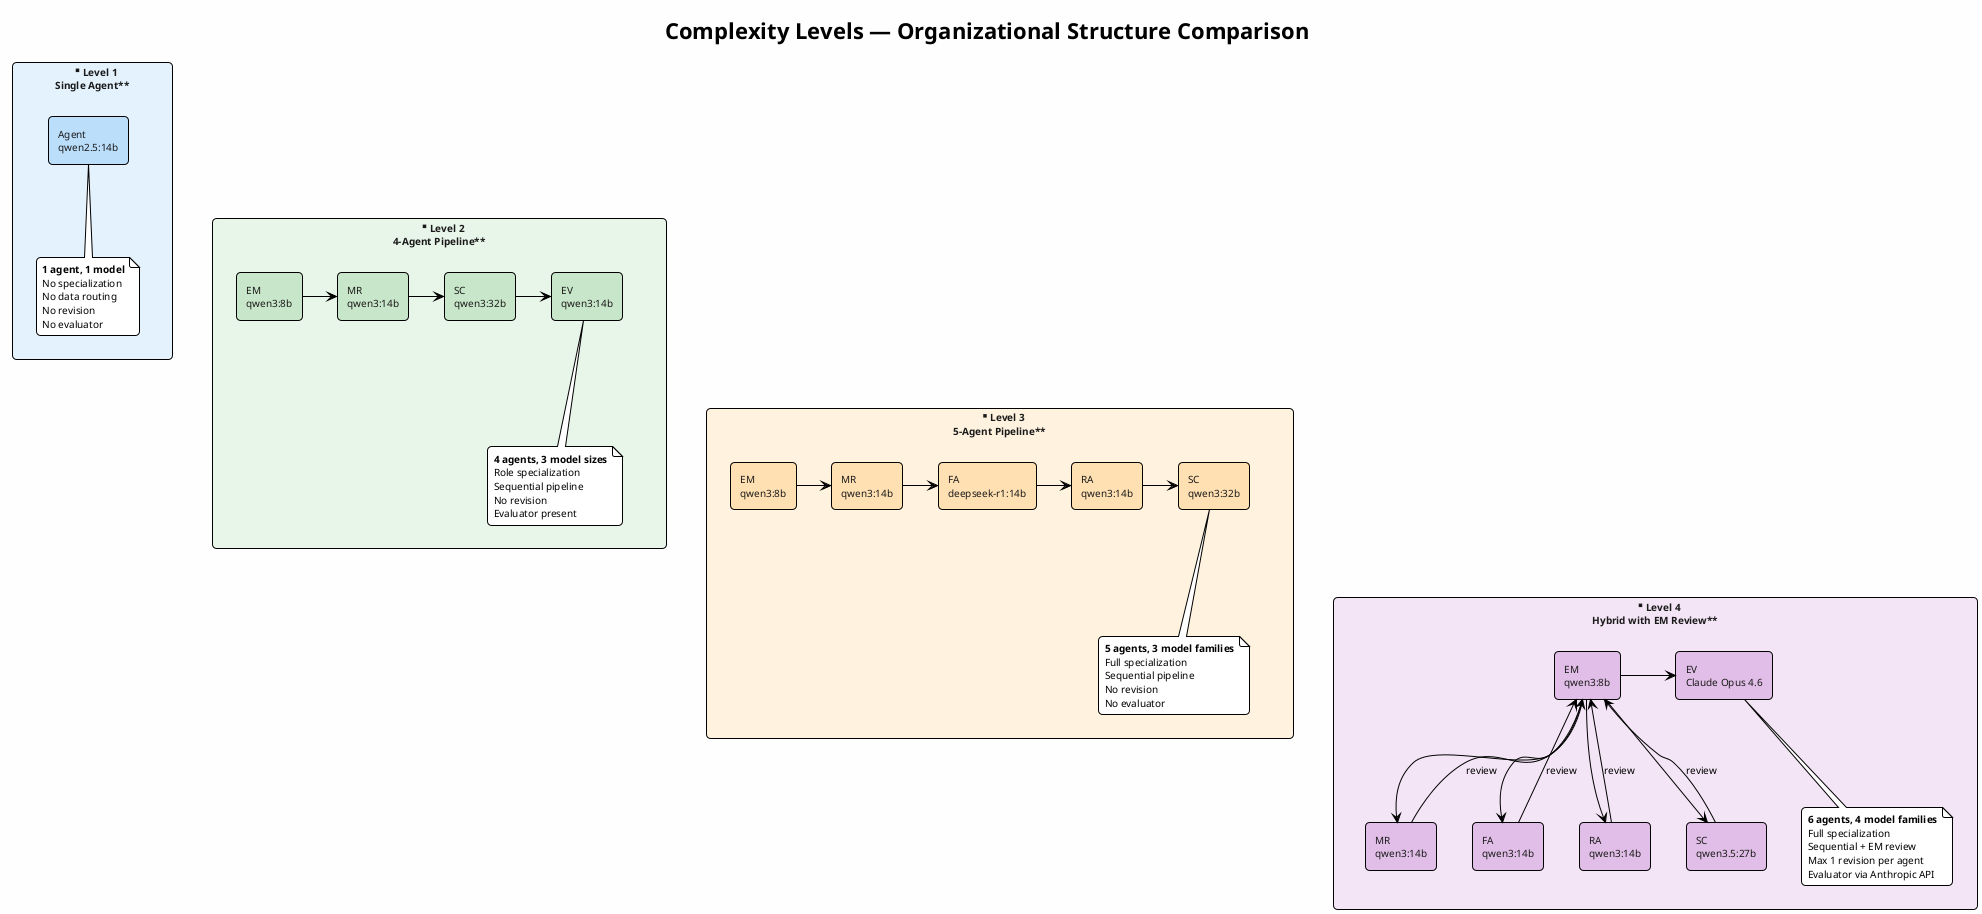
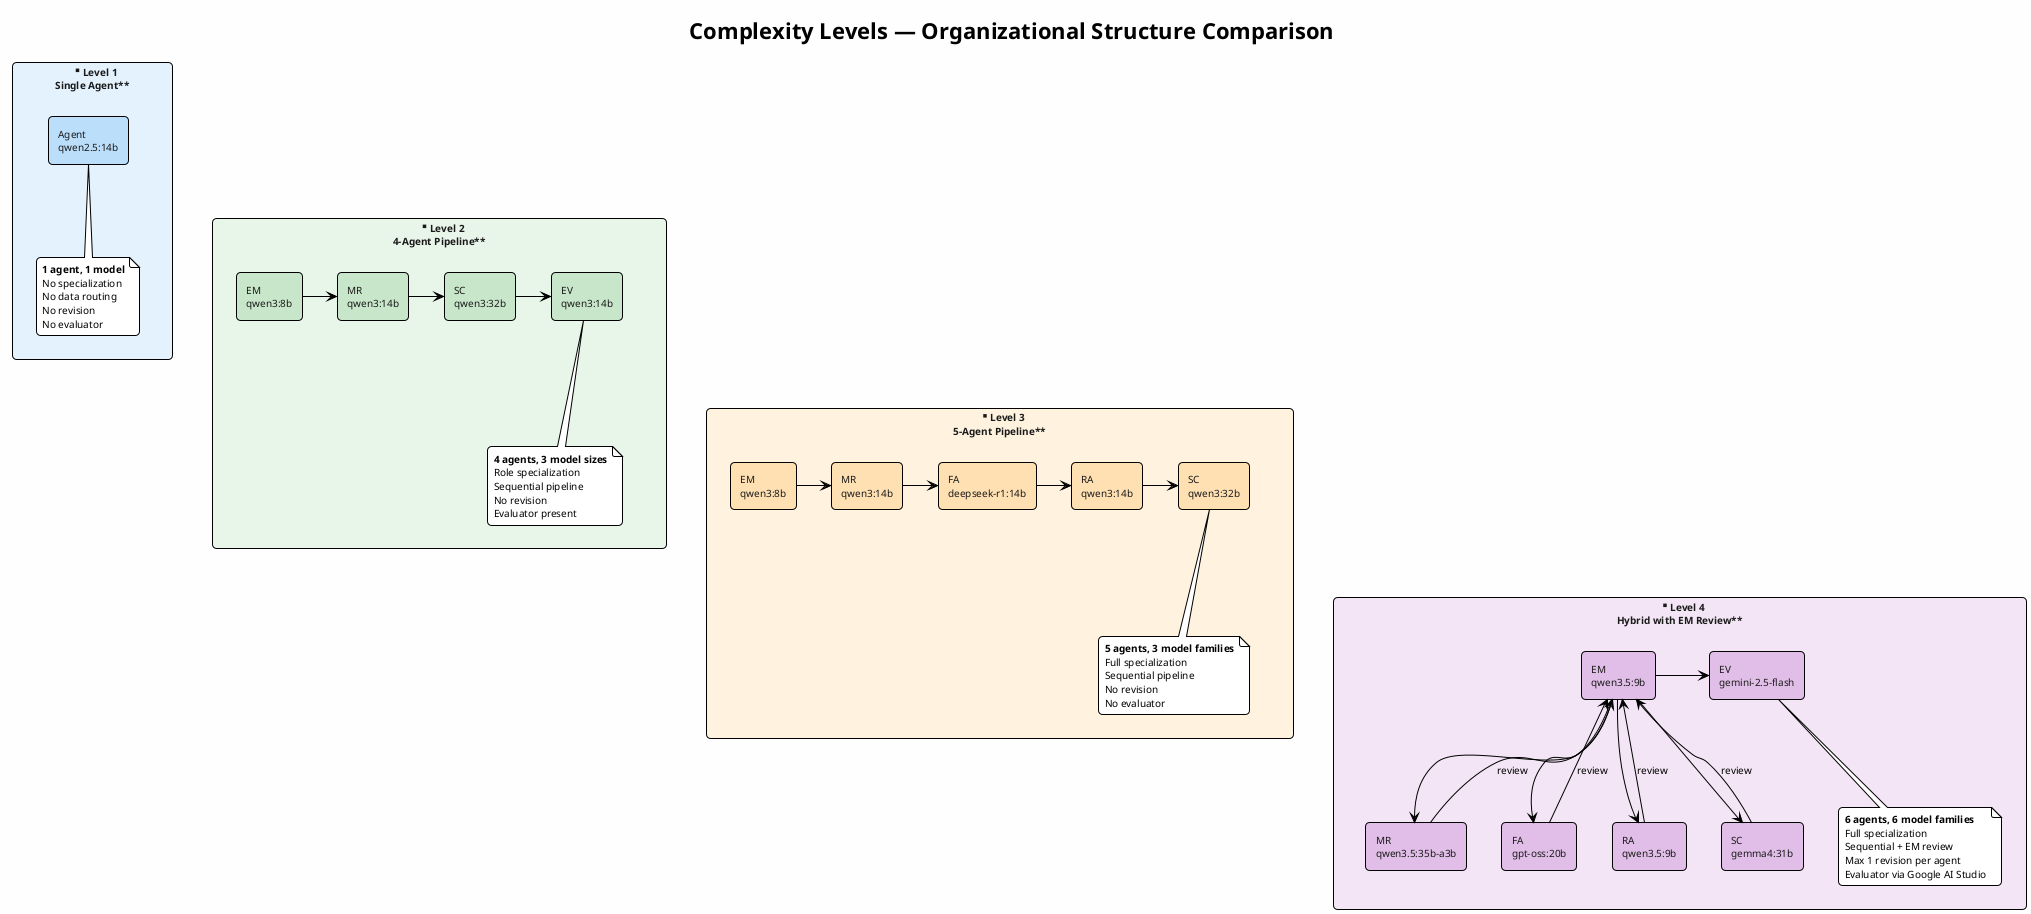
@startuml org_structure_comparison
!theme plain
skinparam backgroundColor #FEFEFE
skinparam defaultFontName "Segoe UI"
skinparam defaultFontSize 10
skinparam shadowing false
skinparam roundCorner 8

title **Complexity Levels — Organizational Structure Comparison**

skinparam rectangle {
  FontColor #1A1A1A
}

rectangle "**Level 1\nSingle Agent**" as lv1 #E3F2FD {
  rectangle "Agent\nqwen2.5:14b" as a1 #BBDEFB

  note bottom
    **1 agent, 1 model**
    No specialization
    No data routing
    No revision
    No evaluator
  end note
}

rectangle "**Level 2\n4-Agent Pipeline**" as lv2 #E8F5E9 {
  rectangle "EM\nqwen3:8b" as b1 #C8E6C9
  rectangle "MR\nqwen3:14b" as b2 #C8E6C9
  rectangle "SC\nqwen3:32b" as b3 #C8E6C9
  rectangle "EV\nqwen3:14b" as b4 #C8E6C9

  b1 -right-> b2
  b2 -right-> b3
  b3 -right-> b4

  note bottom
    **4 agents, 3 model sizes**
    Role specialization
    Sequential pipeline
    No revision
    Evaluator present
  end note
}

rectangle "**Level 3\n5-Agent Pipeline**" as lv3 #FFF3E0 {
  rectangle "EM\nqwen3:8b" as c1 #FFE0B2
  rectangle "MR\nqwen3:14b" as c2 #FFE0B2
  rectangle "FA\ndeepseek-r1:14b" as c3 #FFE0B2
  rectangle "RA\nqwen3:14b" as c4 #FFE0B2
  rectangle "SC\nqwen3:32b" as c5 #FFE0B2

  c1 -right-> c2
  c2 -right-> c3
  c3 -right-> c4
  c4 -right-> c5

  note bottom
    **5 agents, 3 model families**
    Full specialization
    Sequential pipeline
    No revision
    No evaluator
  end note
}

rectangle "**Level 4\nHybrid with EM Review**" as lv4 #F3E5F5 {
-   rectangle "EM\nqwen3:8b" as d1 #E1BEE7
-   rectangle "MR\nqwen3:14b" as d2 #E1BEE7
-   rectangle "FA\nqwen3:14b" as d3 #E1BEE7
-   rectangle "RA\nqwen3:14b" as d4 #E1BEE7
-   rectangle "SC\nqwen3.5:27b" as d5 #E1BEE7
-   rectangle "EV\nClaude Opus 4.6" as d6 #E1BEE7
+   rectangle "EM\nqwen3.5:9b" as d1 #E1BEE7
+   rectangle "MR\nqwen3.5:35b-a3b" as d2 #E1BEE7
+   rectangle "FA\ngpt-oss:20b" as d3 #E1BEE7
+   rectangle "RA\nqwen3.5:9b" as d4 #E1BEE7
+   rectangle "SC\ngemma4:31b" as d5 #E1BEE7
+   rectangle "EV\ngemini-2.5-flash" as d6 #E1BEE7

  d1 -right-> d2
  d2 -down-> d1 : review
  d1 -right-> d3
  d3 -down-> d1 : review
  d1 -right-> d4
  d4 -down-> d1 : review
  d1 -right-> d5
  d5 -down-> d1 : review
  d1 -right-> d6

  note bottom
-     **6 agents, 4 model families**
+     **6 agents, 6 model families**
    Full specialization
    Sequential + EM review
    Max 1 revision per agent
-     Evaluator via Anthropic API
+     Evaluator via Google AI Studio
  end note
}

lv1 -[hidden]down- lv2
lv2 -[hidden]down- lv3
lv3 -[hidden]down- lv4

@enduml
